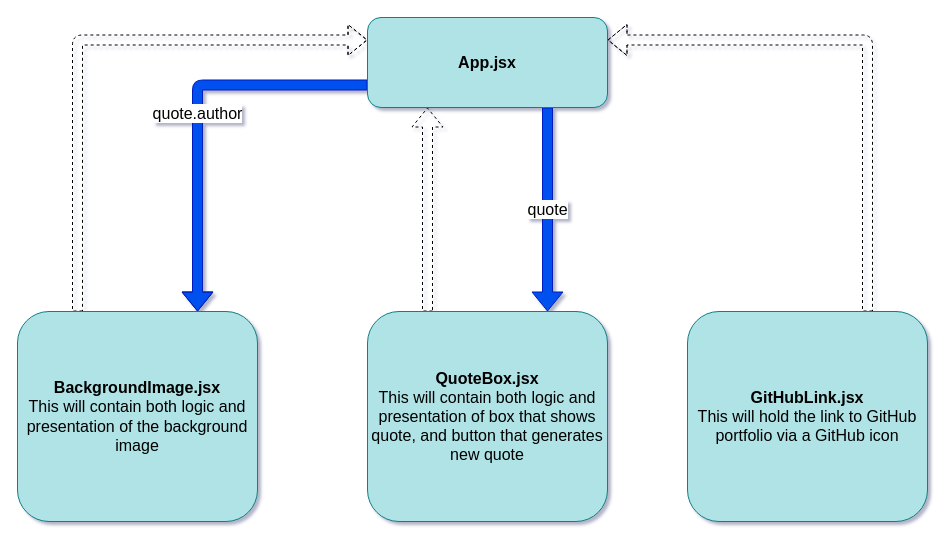
henrylin03/stoic-quotes keeps this draw.io diagram as docs/components-relationship.drawio. Above is the earlier version. Source tidied: cells renumbered, new cells numbered last; positions are measured from the earlier drawing's top-left corner, leaving out a move shared by most shapes. Both pictures are drawn from the tidied source at 100%, with x=0, y=0 at pixel (17, 17).
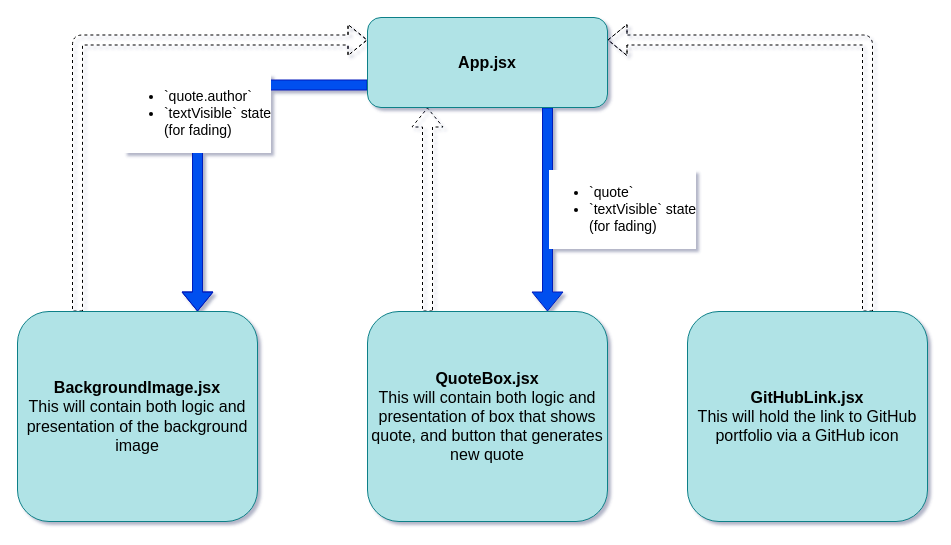
The same page after the edit.

What changed in the source:
```diff
@@
 <mxGraphModel shadow="1">
   <root>
     <mxCell id="0" />
     <mxCell id="1" parent="0" />
-    <mxCell id="2" value="quote.author" style="edgeStyle=orthogonalEdgeStyle;rounded=1;hachureGap=4;jettySize=auto;html=1;exitX=0;exitY=0.75;exitDx=0;exitDy=0;fontFamily=Helvetica;fontSize=16;fontColor=default;entryX=0.75;entryY=0;entryDx=0;entryDy=0;fillColor=#0050ef;strokeColor=#001DBC;shape=flexArrow;" parent="1" edge="1" source="4" target="6">
+    <mxCell id="2" value="&lt;ul style=&quot;font-size: 14px;&quot;&gt;&lt;li style=&quot;text-align: left;&quot;&gt;`quote.author`&lt;/li&gt;&lt;li style=&quot;text-align: left;&quot;&gt;`textVisible` state &lt;br&gt;(for fading)&lt;/li&gt;&lt;/ul&gt;" style="edgeStyle=orthogonalEdgeStyle;rounded=1;hachureGap=4;jettySize=auto;html=1;exitX=0;exitY=0.75;exitDx=0;exitDy=0;fontFamily=Helvetica;fontSize=16;fontColor=default;entryX=0.75;entryY=0;entryDx=0;entryDy=0;fillColor=#0050ef;strokeColor=#001DBC;shape=flexArrow;" parent="1" edge="1" source="4" target="6">
       <mxGeometry relative="1" as="geometry" />
     </mxCell>
-    <mxCell id="3" value="quote" style="edgeStyle=orthogonalEdgeStyle;rounded=1;hachureGap=4;jettySize=auto;html=1;exitX=0.75;exitY=1;exitDx=0;exitDy=0;fontFamily=Helvetica;fontSize=16;fontColor=default;entryX=0.75;entryY=0;entryDx=0;entryDy=0;fillColor=#0050ef;strokeColor=#001DBC;shape=flexArrow;" parent="1" edge="1" source="4" target="8">
+    <mxCell id="3" value="&lt;ul style=&quot;font-size: 14px;&quot;&gt;&lt;li&gt;`quote`&lt;/li&gt;&lt;li&gt;`textVisible` state&lt;br&gt;(for fading)&lt;/li&gt;&lt;/ul&gt;" style="edgeStyle=orthogonalEdgeStyle;rounded=1;hachureGap=4;jettySize=auto;html=1;exitX=0.75;exitY=1;exitDx=0;exitDy=0;fontFamily=Helvetica;fontSize=16;fontColor=default;entryX=0.75;entryY=0;entryDx=0;entryDy=0;fillColor=#0050ef;strokeColor=#001DBC;shape=flexArrow;align=left;width=10;" parent="1" edge="1" source="4" target="8">
       <mxGeometry relative="1" as="geometry" />
     </mxCell>
     <mxCell id="4" value="&lt;b style=&quot;font-size: 16px;&quot;&gt;App.jsx&lt;/b&gt;" style="rounded=1;whiteSpace=wrap;html=1;hachureGap=4;fontFamily=Helvetica;fontSize=16;fillColor=#b0e3e6;strokeColor=#0e8088;" parent="1" vertex="1">
       <mxGeometry x="350" width="240" height="90" as="geometry" />
     </mxCell>
     <mxCell id="5" style="edgeStyle=orthogonalEdgeStyle;rounded=1;hachureGap=4;jettySize=auto;html=1;exitX=0.25;exitY=0;exitDx=0;exitDy=0;entryX=0;entryY=0.25;entryDx=0;entryDy=0;fontFamily=Helvetica;fontSize=16;fontColor=default;dashed=1;shape=flexArrow;" parent="1" edge="1" source="6" target="4">
       <mxGeometry relative="1" as="geometry" />
     </mxCell>
     <mxCell id="6" value="&lt;b style=&quot;font-size: 16px;&quot;&gt;BackgroundImage.jsx&lt;/b&gt;&lt;br style=&quot;font-size: 16px;&quot;&gt;This will contain both logic and presentation of the background image" style="rounded=1;whiteSpace=wrap;html=1;hachureGap=4;fontFamily=Helvetica;fontSize=16;fillColor=#b0e3e6;strokeColor=#0e8088;" parent="1" vertex="1">
       <mxGeometry y="294" width="240" height="210" as="geometry" />
     </mxCell>
     <mxCell id="7" style="edgeStyle=orthogonalEdgeStyle;rounded=1;hachureGap=4;jettySize=auto;html=1;exitX=0.25;exitY=0;exitDx=0;exitDy=0;entryX=0.25;entryY=1;entryDx=0;entryDy=0;fontFamily=Helvetica;fontSize=16;fontColor=default;dashed=1;shape=flexArrow;" parent="1" edge="1" source="8" target="4">
       <mxGeometry relative="1" as="geometry" />
     </mxCell>
     <mxCell id="8" value="&lt;b style=&quot;font-size: 16px;&quot;&gt;QuoteBox.jsx&lt;/b&gt;&lt;br style=&quot;font-size: 16px;&quot;&gt;This will contain both logic and presentation of box that shows quote, and button that generates new quote" style="rounded=1;whiteSpace=wrap;html=1;hachureGap=4;fontFamily=Helvetica;fontSize=16;fillColor=#b0e3e6;strokeColor=#0e8088;" parent="1" vertex="1">
       <mxGeometry x="350" y="294" width="240" height="210" as="geometry" />
     </mxCell>
     <mxCell id="9" style="edgeStyle=orthogonalEdgeStyle;rounded=1;hachureGap=4;jettySize=auto;html=1;exitX=0.75;exitY=0;exitDx=0;exitDy=0;entryX=1;entryY=0.25;entryDx=0;entryDy=0;fontFamily=Helvetica;fontSize=16;fontColor=default;dashed=1;shape=flexArrow;" parent="1" edge="1" source="10" target="4">
       <mxGeometry relative="1" as="geometry" />
     </mxCell>
     <mxCell id="10" value="&lt;b style=&quot;font-size: 16px;&quot;&gt;GitHubLink.jsx&lt;/b&gt;&lt;br style=&quot;font-size: 16px;&quot;&gt;This will hold the link to GitHub portfolio via a GitHub icon" style="rounded=1;whiteSpace=wrap;html=1;hachureGap=4;fontFamily=Helvetica;fontSize=16;fillColor=#b0e3e6;strokeColor=#0e8088;" parent="1" vertex="1">
       <mxGeometry x="670" y="294" width="240" height="210" as="geometry" />
     </mxCell>
   </root>
 </mxGraphModel>
```
